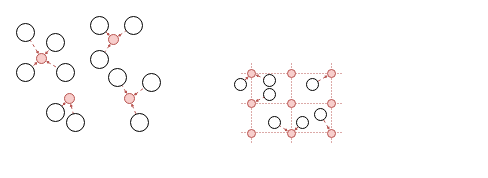
Earlier version of the draw.io diagram page "第 3 页" (3 of 4) of PQE.drawio (JingLiuchang/drawio). Source tidied: cells renumbered, new cells numbered last; positions are measured from the earlier drawing's top-left corner, leaving out a move shared by most shapes. Both pictures are drawn from the tidied source at 100%, with x=0, y=0 at pixel (16, 16).
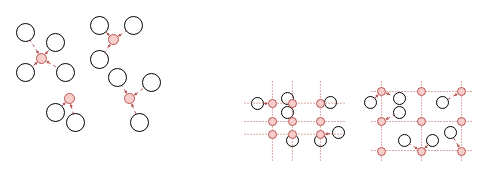
The same page after the edit.

The edit, as a diff of the source:
```diff
@@
     <mxCell id="2" style="endArrow=none;html=1;rounded=0;dashed=1;dashPattern=1 2;startSize=2;endSize=2;fillColor=#f8cecc;strokeColor=#b85450;" parent="1" edge="1">
       <mxGeometry relative="1" as="geometry">
-        <mxPoint x="235" y="47" as="sourcePoint" />
-        <mxPoint x="235" y="127" as="targetPoint" />
+        <mxPoint x="365" y="65" as="sourcePoint" />
+        <mxPoint x="365" y="145" as="targetPoint" />
       </mxGeometry>
     </mxCell>
     <mxCell id="3" style="endArrow=none;html=1;rounded=0;dashed=1;dashPattern=1 2;startSize=2;endSize=2;fillColor=#f8cecc;strokeColor=#b85450;" parent="1" edge="1">
       <mxGeometry relative="1" as="geometry">
-        <mxPoint x="275" y="47" as="sourcePoint" />
-        <mxPoint x="275" y="127" as="targetPoint" />
+        <mxPoint x="405" y="65" as="sourcePoint" />
+        <mxPoint x="405" y="145" as="targetPoint" />
       </mxGeometry>
     </mxCell>
     <mxCell id="4" style="endArrow=none;html=1;rounded=0;dashed=1;dashPattern=1 2;startSize=2;endSize=2;fillColor=#f8cecc;strokeColor=#b85450;" parent="1" edge="1">
       <mxGeometry relative="1" as="geometry">
-        <mxPoint x="325" y="57" as="sourcePoint" />
-        <mxPoint x="225" y="57" as="targetPoint" />
+        <mxPoint x="455" y="75" as="sourcePoint" />
+        <mxPoint x="355" y="75" as="targetPoint" />
       </mxGeometry>
     </mxCell>
     <mxCell id="5" style="endArrow=none;html=1;rounded=0;dashed=1;dashPattern=1 2;startSize=2;endSize=2;fillColor=#f8cecc;strokeColor=#b85450;" parent="1" edge="1">
       <mxGeometry relative="1" as="geometry">
-        <mxPoint x="325" y="87" as="sourcePoint" />
-        <mxPoint x="225" y="87" as="targetPoint" />
+        <mxPoint x="455" y="105" as="sourcePoint" />
+        <mxPoint x="355" y="105" as="targetPoint" />
       </mxGeometry>
     </mxCell>
     <mxCell id="6" style="endArrow=none;html=1;rounded=0;dashed=1;dashPattern=1 2;startSize=2;endSize=2;fillColor=#f8cecc;strokeColor=#b85450;" parent="1" edge="1">
       <mxGeometry relative="1" as="geometry">
-        <mxPoint x="325" y="116" as="sourcePoint" />
-        <mxPoint x="225" y="116" as="targetPoint" />
+        <mxPoint x="455" y="134" as="sourcePoint" />
+        <mxPoint x="355" y="134" as="targetPoint" />
       </mxGeometry>
     </mxCell>
     <mxCell id="7" style="endArrow=none;html=1;rounded=0;dashed=1;dashPattern=1 2;startSize=2;endSize=2;fillColor=#f8cecc;strokeColor=#b85450;" parent="1" edge="1">
       <mxGeometry relative="1" as="geometry">
-        <mxPoint x="315" y="47" as="sourcePoint" />
-        <mxPoint x="315" y="127" as="targetPoint" />
+        <mxPoint x="445" y="65" as="sourcePoint" />
+        <mxPoint x="445" y="145" as="targetPoint" />
       </mxGeometry>
     </mxCell>
@@
     <mxCell id="36" style="ellipse;whiteSpace=wrap;html=1;fontSize=14;fontFamily=Times New Roman;fillColor=#f8cecc;strokeColor=#b85450;" parent="1" vertex="1">
-      <mxGeometry x="231" y="53" width="8" height="8" as="geometry" />
+      <mxGeometry x="361" y="71" width="8" height="8" as="geometry" />
     </mxCell>
     <mxCell id="37" style="ellipse;whiteSpace=wrap;html=1;fontSize=14;fontFamily=Times New Roman;fillColor=#f8cecc;strokeColor=#b85450;" parent="1" vertex="1">
-      <mxGeometry x="271" y="53" width="8" height="8" as="geometry" />
+      <mxGeometry x="401" y="71" width="8" height="8" as="geometry" />
     </mxCell>
     <mxCell id="38" style="ellipse;whiteSpace=wrap;html=1;fontSize=14;fontFamily=Times New Roman;fillColor=#f8cecc;strokeColor=#b85450;" parent="1" vertex="1">
-      <mxGeometry x="311" y="53" width="8" height="8" as="geometry" />
+      <mxGeometry x="441" y="71" width="8" height="8" as="geometry" />
     </mxCell>
     <mxCell id="39" style="ellipse;whiteSpace=wrap;html=1;fontSize=14;fontFamily=Times New Roman;fillColor=#f8cecc;strokeColor=#b85450;" parent="1" vertex="1">
-      <mxGeometry x="231" y="83" width="8" height="8" as="geometry" />
+      <mxGeometry x="361" y="101" width="8" height="8" as="geometry" />
     </mxCell>
     <mxCell id="40" style="ellipse;whiteSpace=wrap;html=1;fontSize=14;fontFamily=Times New Roman;fillColor=#f8cecc;strokeColor=#b85450;" parent="1" vertex="1">
-      <mxGeometry x="271" y="83" width="8" height="8" as="geometry" />
+      <mxGeometry x="401" y="101" width="8" height="8" as="geometry" />
     </mxCell>
     <mxCell id="41" style="ellipse;whiteSpace=wrap;html=1;fontSize=14;fontFamily=Times New Roman;fillColor=#f8cecc;strokeColor=#b85450;" parent="1" vertex="1">
-      <mxGeometry x="311" y="83" width="8" height="8" as="geometry" />
+      <mxGeometry x="441" y="101" width="8" height="8" as="geometry" />
     </mxCell>
     <mxCell id="42" style="ellipse;whiteSpace=wrap;html=1;fontSize=14;fontFamily=Times New Roman;fillColor=#f8cecc;strokeColor=#b85450;" parent="1" vertex="1">
-      <mxGeometry x="231" y="113" width="8" height="8" as="geometry" />
+      <mxGeometry x="361" y="131" width="8" height="8" as="geometry" />
     </mxCell>
     <mxCell id="43" style="ellipse;whiteSpace=wrap;html=1;fontSize=14;fontFamily=Times New Roman;fillColor=#f8cecc;strokeColor=#b85450;" parent="1" vertex="1">
-      <mxGeometry x="271" y="113" width="8" height="8" as="geometry" />
+      <mxGeometry x="401" y="131" width="8" height="8" as="geometry" />
     </mxCell>
     <mxCell id="44" style="ellipse;whiteSpace=wrap;html=1;fontSize=14;fontFamily=Times New Roman;fillColor=#f8cecc;strokeColor=#b85450;" parent="1" vertex="1">
-      <mxGeometry x="311" y="113" width="8" height="8" as="geometry" />
+      <mxGeometry x="441" y="131" width="8" height="8" as="geometry" />
     </mxCell>
     <mxCell id="45" style="ellipse;whiteSpace=wrap;html=1;fontSize=14;fontFamily=Times New Roman;" parent="1" vertex="1">
-      <mxGeometry x="218" y="62" width="12" height="12" as="geometry" />
+      <mxGeometry x="348" y="80" width="12" height="12" as="geometry" />
     </mxCell>
     <mxCell id="46" style="ellipse;whiteSpace=wrap;html=1;fontSize=14;fontFamily=Times New Roman;" parent="1" vertex="1">
-      <mxGeometry x="247" y="58" width="12" height="12" as="geometry" />
+      <mxGeometry x="377" y="76" width="12" height="12" as="geometry" />
     </mxCell>
     <mxCell id="47" style="ellipse;whiteSpace=wrap;html=1;fontSize=14;fontFamily=Times New Roman;" parent="1" vertex="1">
-      <mxGeometry x="247" y="72" width="12" height="12" as="geometry" />
+      <mxGeometry x="377" y="90" width="12" height="12" as="geometry" />
     </mxCell>
     <mxCell id="48" style="ellipse;whiteSpace=wrap;html=1;fontSize=14;fontFamily=Times New Roman;" parent="1" vertex="1">
-      <mxGeometry x="290" y="62" width="12" height="12" as="geometry" />
+      <mxGeometry x="420" y="80" width="12" height="12" as="geometry" />
     </mxCell>
     <mxCell id="49" style="ellipse;whiteSpace=wrap;html=1;fontSize=14;fontFamily=Times New Roman;" parent="1" vertex="1">
-      <mxGeometry x="298" y="92" width="12" height="12" as="geometry" />
+      <mxGeometry x="428" y="110" width="12" height="12" as="geometry" />
     </mxCell>
     <mxCell id="50" style="ellipse;whiteSpace=wrap;html=1;fontSize=14;fontFamily=Times New Roman;" parent="1" vertex="1">
-      <mxGeometry x="280" y="100" width="12" height="12" as="geometry" />
+      <mxGeometry x="410" y="118" width="12" height="12" as="geometry" />
     </mxCell>
     <mxCell id="51" style="ellipse;whiteSpace=wrap;html=1;fontSize=14;fontFamily=Times New Roman;" parent="1" vertex="1">
-      <mxGeometry x="252" y="100" width="12" height="12" as="geometry" />
+      <mxGeometry x="382" y="118" width="12" height="12" as="geometry" />
     </mxCell>
@@
+    <mxCell id="59" style="ellipse;whiteSpace=wrap;html=1;fontSize=14;fontFamily=Times New Roman;" parent="1" vertex="1">
+      <mxGeometry x="235" y="81" width="12" height="12" as="geometry" />
+    </mxCell>
+    <mxCell id="60" style="ellipse;whiteSpace=wrap;html=1;fontSize=14;fontFamily=Times New Roman;" parent="1" vertex="1">
+      <mxGeometry x="265" y="76" width="12" height="12" as="geometry" />
+    </mxCell>
+    <mxCell id="61" style="ellipse;whiteSpace=wrap;html=1;fontSize=14;fontFamily=Times New Roman;" parent="1" vertex="1">
+      <mxGeometry x="265" y="90" width="12" height="12" as="geometry" />
+    </mxCell>
+    <mxCell id="62" style="ellipse;whiteSpace=wrap;html=1;fontSize=14;fontFamily=Times New Roman;" parent="1" vertex="1">
+      <mxGeometry x="308" y="80" width="12" height="12" as="geometry" />
+    </mxCell>
+    <mxCell id="63" style="ellipse;whiteSpace=wrap;html=1;fontSize=14;fontFamily=Times New Roman;" parent="1" vertex="1">
+      <mxGeometry x="316" y="110" width="12" height="12" as="geometry" />
+    </mxCell>
+    <mxCell id="64" style="ellipse;whiteSpace=wrap;html=1;fontSize=14;fontFamily=Times New Roman;" parent="1" vertex="1">
+      <mxGeometry x="298" y="118" width="12" height="12" as="geometry" />
+    </mxCell>
+    <mxCell id="65" style="ellipse;whiteSpace=wrap;html=1;fontSize=14;fontFamily=Times New Roman;" parent="1" vertex="1">
+      <mxGeometry x="270" y="118" width="12" height="12" as="geometry" />
+    </mxCell>
+    <mxCell id="66" style="endArrow=none;html=1;rounded=0;dashed=1;dashPattern=1 2;startSize=2;endSize=2;fillColor=#f8cecc;strokeColor=#b85450;" parent="1" edge="1">
+      <mxGeometry relative="1" as="geometry">
+        <mxPoint x="328" y="86.7" as="sourcePoint" />
+        <mxPoint x="228" y="86.7" as="targetPoint" />
+      </mxGeometry>
+    </mxCell>
+    <mxCell id="67" style="endArrow=none;html=1;rounded=0;dashed=1;dashPattern=1 2;startSize=2;endSize=2;fillColor=#f8cecc;strokeColor=#b85450;" parent="1" edge="1">
+      <mxGeometry relative="1" as="geometry">
+        <mxPoint x="328" y="105" as="sourcePoint" />
+        <mxPoint x="228" y="105" as="targetPoint" />
+      </mxGeometry>
+    </mxCell>
+    <mxCell id="68" style="endArrow=none;html=1;rounded=0;dashed=1;dashPattern=1 2;startSize=2;endSize=2;fillColor=#f8cecc;strokeColor=#b85450;" parent="1" edge="1">
+      <mxGeometry relative="1" as="geometry">
+        <mxPoint x="328" y="117.7" as="sourcePoint" />
+        <mxPoint x="228" y="117.7" as="targetPoint" />
+      </mxGeometry>
+    </mxCell>
+    <mxCell id="69" style="endArrow=none;html=1;rounded=0;dashed=1;dashPattern=1 2;startSize=2;endSize=2;fillColor=#f8cecc;strokeColor=#b85450;" parent="1" edge="1">
+      <mxGeometry relative="1" as="geometry">
+        <mxPoint x="255.9" y="65" as="sourcePoint" />
+        <mxPoint x="255.9" y="145" as="targetPoint" />
+      </mxGeometry>
+    </mxCell>
+    <mxCell id="70" style="endArrow=none;html=1;rounded=0;dashed=1;dashPattern=1 2;startSize=2;endSize=2;fillColor=#f8cecc;strokeColor=#b85450;" parent="1" edge="1">
+      <mxGeometry relative="1" as="geometry">
+        <mxPoint x="275.9" y="65" as="sourcePoint" />
+        <mxPoint x="275.9" y="145" as="targetPoint" />
+      </mxGeometry>
+    </mxCell>
+    <mxCell id="71" style="endArrow=none;html=1;rounded=0;dashed=1;dashPattern=1 2;startSize=2;endSize=2;fillColor=#f8cecc;strokeColor=#b85450;" parent="1" edge="1">
+      <mxGeometry relative="1" as="geometry">
+        <mxPoint x="303.9" y="65" as="sourcePoint" />
+        <mxPoint x="303.9" y="145" as="targetPoint" />
+      </mxGeometry>
+    </mxCell>
+    <mxCell id="72" style="ellipse;whiteSpace=wrap;html=1;fontSize=14;fontFamily=Times New Roman;fillColor=#f8cecc;strokeColor=#b85450;" parent="1" vertex="1">
+      <mxGeometry x="252" y="83" width="8" height="8" as="geometry" />
+    </mxCell>
+    <mxCell id="73" style="ellipse;whiteSpace=wrap;html=1;fontSize=14;fontFamily=Times New Roman;fillColor=#f8cecc;strokeColor=#b85450;" parent="1" vertex="1">
+      <mxGeometry x="272" y="83" width="8" height="8" as="geometry" />
+    </mxCell>
+    <mxCell id="74" style="ellipse;whiteSpace=wrap;html=1;fontSize=14;fontFamily=Times New Roman;fillColor=#f8cecc;strokeColor=#b85450;" parent="1" vertex="1">
+      <mxGeometry x="300" y="83" width="8" height="8" as="geometry" />
+    </mxCell>
+    <mxCell id="75" style="ellipse;whiteSpace=wrap;html=1;fontSize=14;fontFamily=Times New Roman;fillColor=#f8cecc;strokeColor=#b85450;" parent="1" vertex="1">
+      <mxGeometry x="300" y="101" width="8" height="8" as="geometry" />
+    </mxCell>
+    <mxCell id="76" style="ellipse;whiteSpace=wrap;html=1;fontSize=14;fontFamily=Times New Roman;fillColor=#f8cecc;strokeColor=#b85450;" parent="1" vertex="1">
+      <mxGeometry x="272" y="101" width="8" height="8" as="geometry" />
+    </mxCell>
+    <mxCell id="77" style="ellipse;whiteSpace=wrap;html=1;fontSize=14;fontFamily=Times New Roman;fillColor=#f8cecc;strokeColor=#b85450;" parent="1" vertex="1">
+      <mxGeometry x="252" y="101" width="8" height="8" as="geometry" />
+    </mxCell>
+    <mxCell id="78" style="ellipse;whiteSpace=wrap;html=1;fontSize=14;fontFamily=Times New Roman;fillColor=#f8cecc;strokeColor=#b85450;" parent="1" vertex="1">
+      <mxGeometry x="252" y="114" width="8" height="8" as="geometry" />
+    </mxCell>
+    <mxCell id="79" style="ellipse;whiteSpace=wrap;html=1;fontSize=14;fontFamily=Times New Roman;fillColor=#f8cecc;strokeColor=#b85450;" parent="1" vertex="1">
+      <mxGeometry x="272" y="114" width="8" height="8" as="geometry" />
+    </mxCell>
+    <mxCell id="80" style="ellipse;whiteSpace=wrap;html=1;fontSize=14;fontFamily=Times New Roman;fillColor=#f8cecc;strokeColor=#b85450;" parent="1" vertex="1">
+      <mxGeometry x="300" y="114" width="8" height="8" as="geometry" />
+    </mxCell>
+    <mxCell id="81" style="endArrow=none;html=1;rounded=0;dashed=1;fillColor=#f8cecc;strokeColor=#b85450;startArrow=classic;startFill=1;startSize=1;" parent="1" edge="1" source="72" target="59">
+      <mxGeometry relative="1" as="geometry" />
+    </mxCell>
+    <mxCell id="82" style="endArrow=none;html=1;rounded=0;dashed=1;fillColor=#f8cecc;strokeColor=#b85450;startArrow=classic;startFill=1;startSize=1;" parent="1" edge="1" source="80" target="63">
+      <mxGeometry relative="1" as="geometry" />
+    </mxCell>
```
